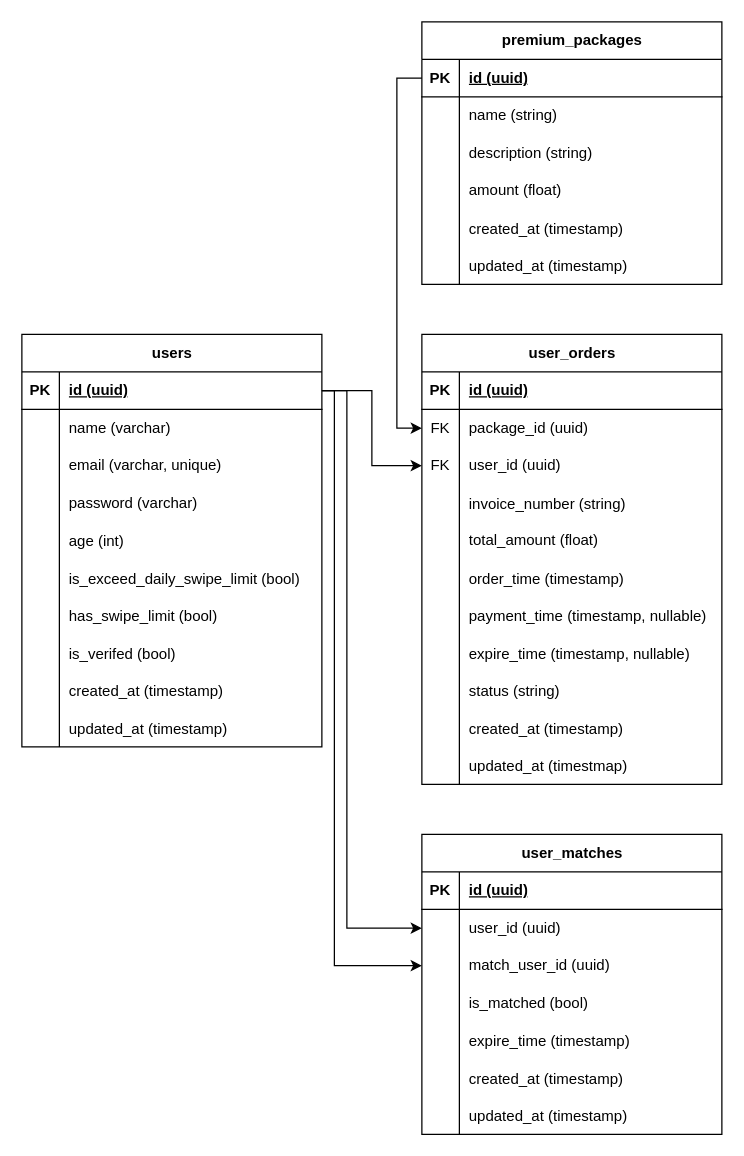
Before: docs/ERD.drawio in falahlaz/dealls-tinder-clone, a draw.io diagram. Source tidied: cells renumbered, new cells numbered last; positions are measured from the earlier drawing's top-left corner, leaving out a move shared by most shapes. Both pictures are drawn from the tidied source at 125%, with x=0, y=0 at pixel (21, 21).
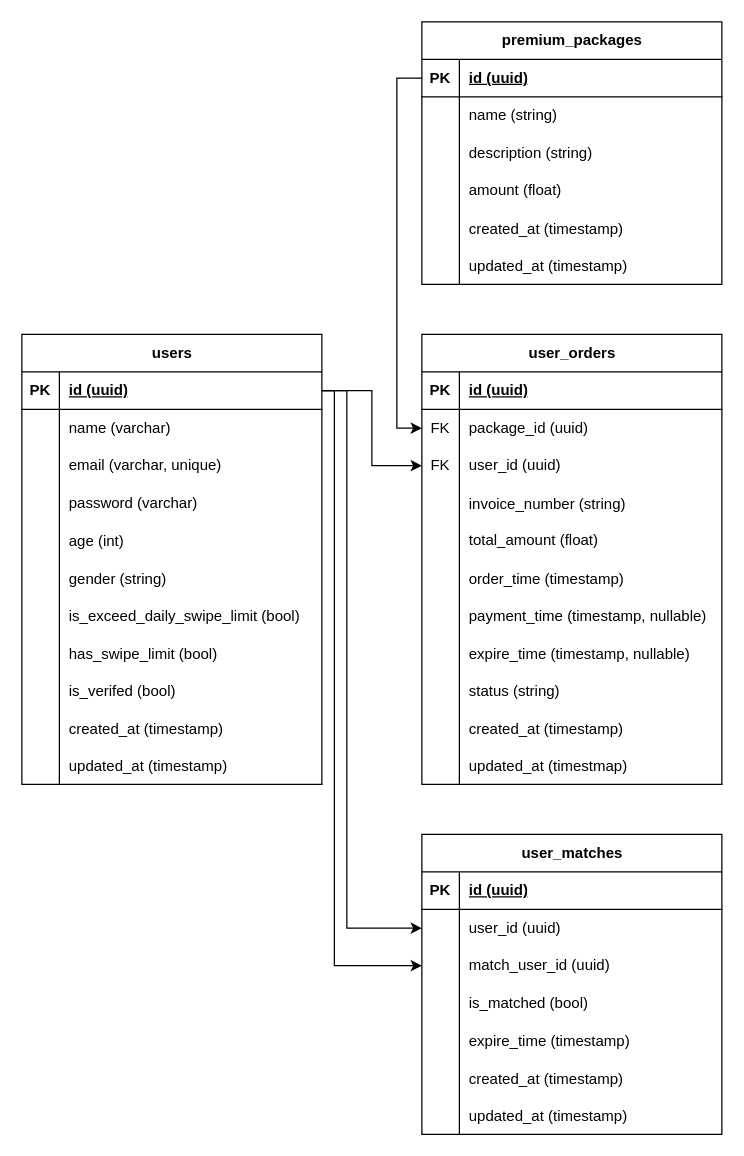
After the change.

Change to the diagram source:
```diff
@@
     <mxCell id="2" value="users" style="shape=table;startSize=30;childLayout=tableLayout;rowLines=0;fontStyle=1;align=center;html=1;" parent="1" vertex="1">
-      <mxGeometry y="250" width="240" height="330" as="geometry" />
+      <mxGeometry y="250" width="240" height="360" as="geometry" />
     </mxCell>
@@
+    <mxCell id="112" style="shape=tableRow;horizontal=0;startSize=0;swimlaneHead=0;swimlaneBody=0;fillColor=none;top=0;left=0;right=0;bottom=0;" parent="2" vertex="1">
+      <mxGeometry y="180" width="240" height="30" as="geometry" />
+    </mxCell>
+    <mxCell id="113" style="shape=partialRectangle;fillColor=none;top=0;left=0;bottom=0;right=0;overflow=hidden;" parent="112" vertex="1">
+      <mxGeometry width="30" height="30" as="geometry" />
+    </mxCell>
+    <mxCell id="114" value="gender (string)" style="shape=partialRectangle;fillColor=none;top=0;left=0;bottom=0;right=0;align=left;spacingLeft=6;overflow=hidden;" parent="112" vertex="1">
+      <mxGeometry x="30" width="210" height="30" as="geometry" />
+    </mxCell>
     <mxCell id="18" style="shape=tableRow;horizontal=0;startSize=0;swimlaneHead=0;swimlaneBody=0;fillColor=none;top=0;left=0;right=0;bottom=0;" parent="2" vertex="1">
-      <mxGeometry y="180" width="240" height="30" as="geometry" />
+      <mxGeometry y="210" width="240" height="30" as="geometry" />
     </mxCell>
@@
     <mxCell id="21" style="shape=tableRow;horizontal=0;startSize=0;swimlaneHead=0;swimlaneBody=0;fillColor=none;top=0;left=0;right=0;bottom=0;" parent="2" vertex="1">
-      <mxGeometry y="210" width="240" height="30" as="geometry" />
+      <mxGeometry y="240" width="240" height="30" as="geometry" />
     </mxCell>
@@
     <mxCell id="24" style="shape=tableRow;horizontal=0;startSize=0;swimlaneHead=0;swimlaneBody=0;fillColor=none;top=0;left=0;right=0;bottom=0;" parent="2" vertex="1">
-      <mxGeometry y="240" width="240" height="30" as="geometry" />
+      <mxGeometry y="270" width="240" height="30" as="geometry" />
     </mxCell>
@@
     <mxCell id="27" style="shape=tableRow;horizontal=0;startSize=0;swimlaneHead=0;swimlaneBody=0;fillColor=none;top=0;left=0;right=0;bottom=0;" parent="2" vertex="1">
-      <mxGeometry y="270" width="240" height="30" as="geometry" />
+      <mxGeometry y="300" width="240" height="30" as="geometry" />
     </mxCell>
@@
     <mxCell id="30" style="shape=tableRow;horizontal=0;startSize=0;swimlaneHead=0;swimlaneBody=0;fillColor=none;top=0;left=0;right=0;bottom=0;" parent="2" vertex="1">
-      <mxGeometry y="300" width="240" height="30" as="geometry" />
+      <mxGeometry y="330" width="240" height="30" as="geometry" />
     </mxCell>
```
